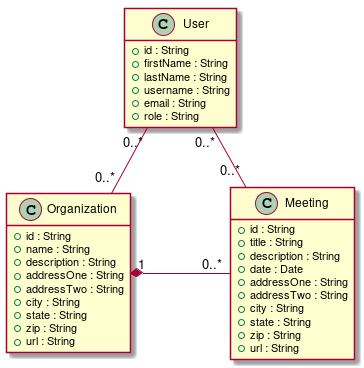
Above: docs/api/domain-model/domain-model-0.1.png in devict/publicmeetings-back (PlantUML), before the change.
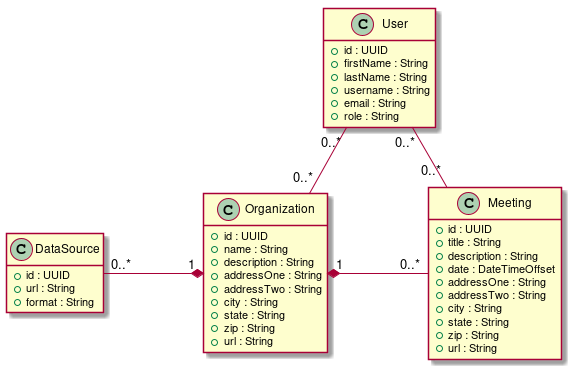
Later version of the same file.

Commit message:
Refine Domain Model Spec

Change to the diagram source:
```diff
@@ -6,12 +6,19 @@
 User "0..*" -- "0..*" Organization
 User "0..*" -- "0..*" Meeting
 Organization "1" *-right- "0..*" Meeting
+DataSource "0..*" -left-* "1" Organization
+
+class DataSource {
+    +id : UUID
+    +url : String
+    +format : String
+}
 
 class Meeting {
-    +id : String
+    +id : UUID
     +title : String
     +description : String
-    +date : Date
+    +date : DateTimeOffset
     +addressOne : String
     +addressTwo : String
     +city : String
@@ -21,7 +28,7 @@
 }
 
 class Organization {
-    +id : String
+    +id : UUID
     +name : String
     +description : String
     +addressOne : String
@@ -33,7 +40,7 @@
 }
 
 class User {
-    +id : String
+    +id : UUID
     +firstName : String
     +lastName : String
     +username : String
```
